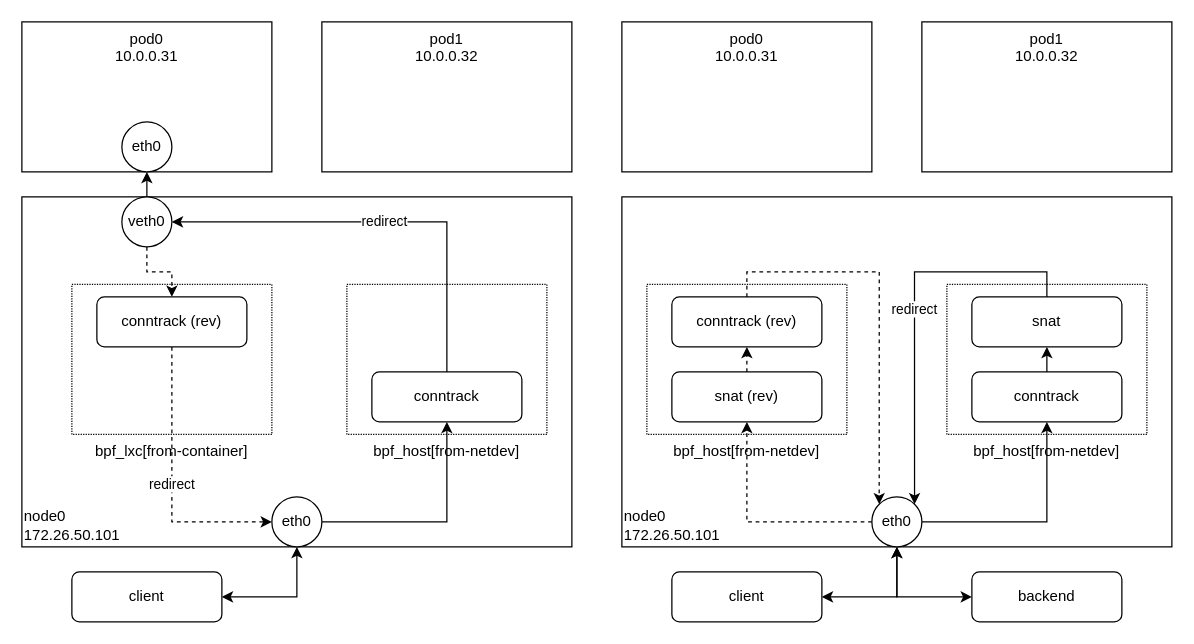
haruband/codebook keeps this draw.io diagram as page "nodeport.redirect.vxlan" (9 of 10) of k8s.cilium/cilium.drawio. Above is the earlier version. Source tidied: cells renumbered, new cells numbered last; positions are measured from the earlier drawing's top-left corner, leaving out a move shared by most shapes. Both pictures are drawn from the tidied source at 125%, with x=0, y=0 at pixel (21, 21).
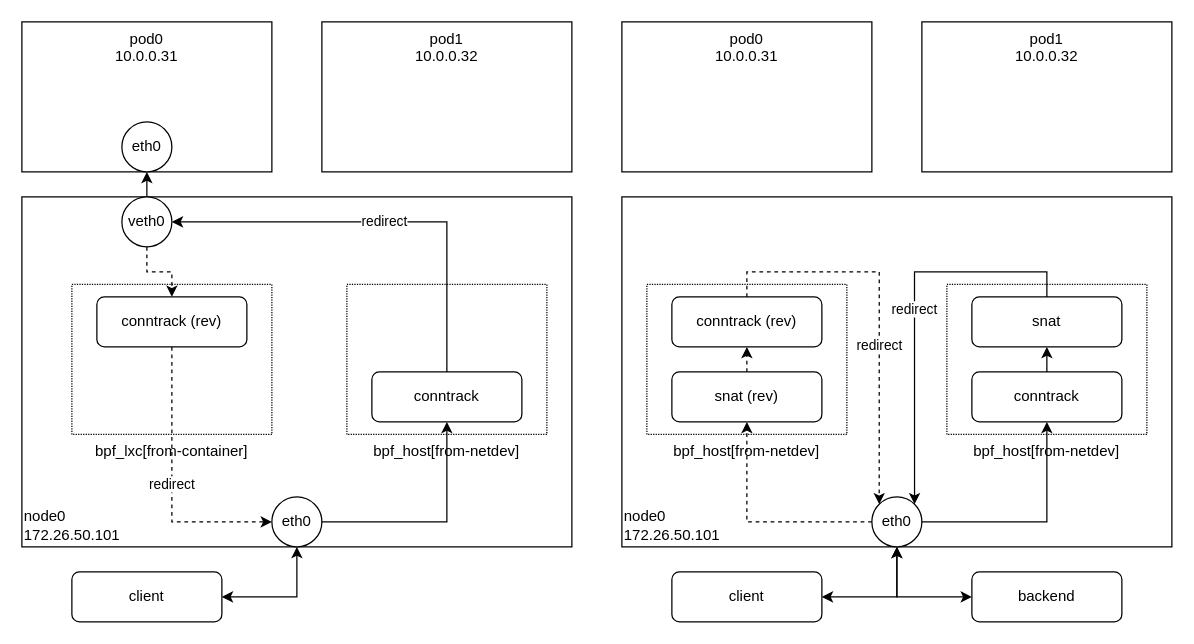
The same diagram, later.

The change refers to these unchanged cells:
```xml
<mxCell id="20" value="eth0" style="ellipse;whiteSpace=wrap;html=1;fontSize=12;" parent="1" vertex="1">
  <mxGeometry x="680" y="380" width="40" height="40" as="geometry" />
</mxCell>
<mxCell id="24" value="conntrack (rev)" style="rounded=1;whiteSpace=wrap;html=1;align=center;" parent="1" vertex="1">
  <mxGeometry x="520" y="220" width="120" height="40" as="geometry" />
</mxCell>
```

What changed in the source:
```diff
@@
-    <mxCell id="23" style="edgeStyle=orthogonalEdgeStyle;rounded=0;jettySize=auto;html=1;exitX=0.5;exitY=0;exitDx=0;exitDy=0;entryX=0;entryY=0;entryDx=0;entryDy=0;startFill=0;dashed=1;" parent="1" edge="1" source="24" target="20">
-      <mxGeometry relative="1" as="geometry" />
+    <mxCell id="23" value="redirect" style="edgeStyle=orthogonalEdgeStyle;rounded=0;jettySize=auto;html=1;exitX=0.5;exitY=0;exitDx=0;exitDy=0;entryX=0;entryY=0;entryDx=0;entryDy=0;startFill=0;dashed=1;" parent="1" edge="1" source="24" target="20">
+      <mxGeometry x="0.19" relative="1" as="geometry" />
     </mxCell>
```
